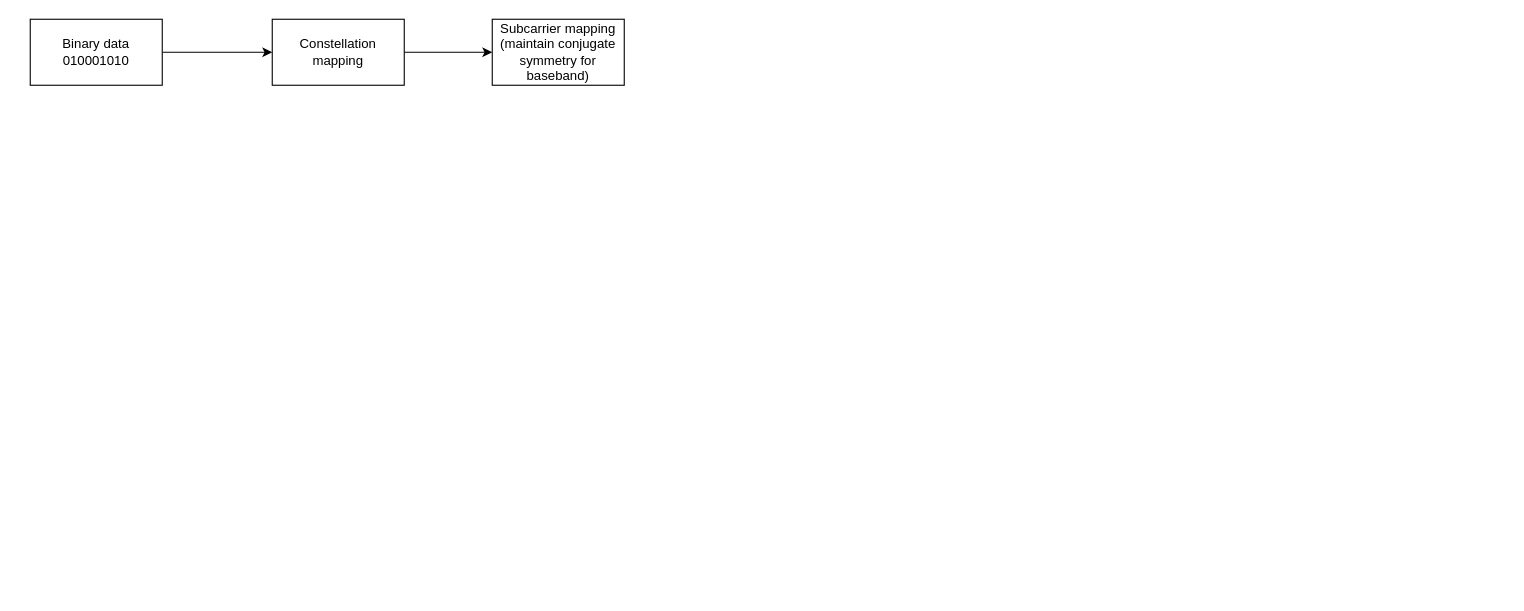
barkermrl/AudioModem keeps this draw.io diagram as OFDM.drawio. Above is the earlier version. Source tidied: cells renumbered, new cells numbered last; positions are measured from the earlier drawing's top-left corner, leaving out a move shared by most shapes. Both pictures are drawn from the tidied source at 110%, with x=0, y=0 at pixel (30, 19).
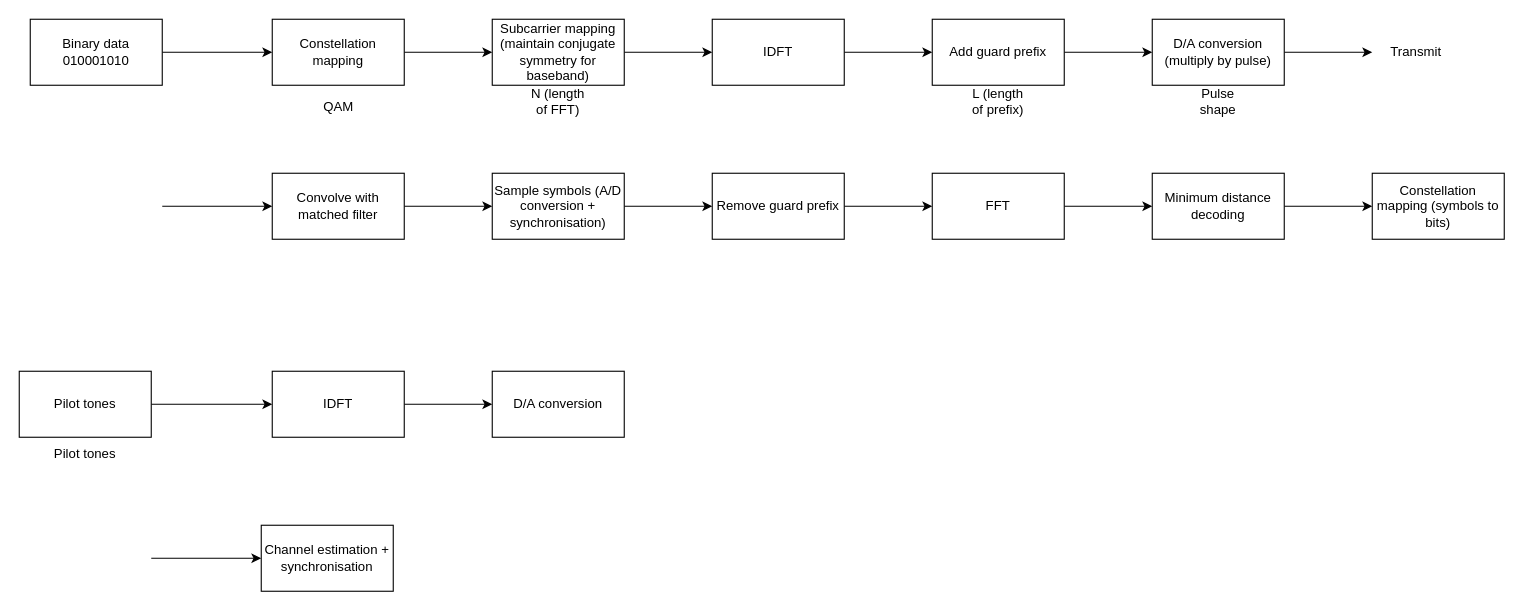
Above is the later version.

The change refers to these unchanged cells:
```xml
<mxCell id="6" value="Subcarrier mapping&lt;br&gt;(maintain conjugate symmetry for baseband)" style="rounded=0;whiteSpace=wrap;html=1;" parent="1" vertex="1">
  <mxGeometry x="420" width="120" height="60" as="geometry" />
</mxCell>
```

The edit, as a diff of the source:
```diff
@@
+    <mxCell id="7" style="edgeStyle=orthogonalEdgeStyle;rounded=0;jettySize=auto;html=1;" parent="1" edge="1" source="6" target="9">
+      <mxGeometry relative="1" as="geometry" />
+    </mxCell>
@@
+    <mxCell id="8" style="edgeStyle=orthogonalEdgeStyle;rounded=0;jettySize=auto;html=1;" parent="1" edge="1" source="9" target="11">
+      <mxGeometry relative="1" as="geometry" />
+    </mxCell>
+    <mxCell id="9" value="IDFT" style="whiteSpace=wrap;html=1;rounded=0;" parent="1" vertex="1">
+      <mxGeometry x="620" width="120" height="60" as="geometry" />
+    </mxCell>
+    <mxCell id="10" style="edgeStyle=orthogonalEdgeStyle;rounded=0;jettySize=auto;html=1;" parent="1" edge="1" source="11" target="13">
+      <mxGeometry relative="1" as="geometry" />
+    </mxCell>
+    <mxCell id="11" value="Add guard prefix" style="whiteSpace=wrap;html=1;rounded=0;" parent="1" vertex="1">
+      <mxGeometry x="820" width="120" height="60" as="geometry" />
+    </mxCell>
+    <mxCell id="12" style="edgeStyle=orthogonalEdgeStyle;rounded=0;jettySize=auto;html=1;" parent="1" edge="1" source="13">
+      <mxGeometry relative="1" as="geometry">
+        <mxPoint x="1220" y="30" as="targetPoint" />
+      </mxGeometry>
+    </mxCell>
+    <mxCell id="13" value="D/A conversion (multiply by pulse)" style="whiteSpace=wrap;html=1;rounded=0;" parent="1" vertex="1">
+      <mxGeometry x="1020" width="120" height="60" as="geometry" />
+    </mxCell>
+    <mxCell id="14" value="QAM" style="text;html=1;align=center;verticalAlign=middle;strokeColor=none;fillColor=none;" parent="1" vertex="1">
+      <mxGeometry x="260" y="70" width="40" height="20" as="geometry" />
+    </mxCell>
+    <mxCell id="15" value="N (length of FFT)" style="text;html=1;strokeColor=none;fillColor=none;align=center;verticalAlign=middle;whiteSpace=wrap;rounded=0;" parent="1" vertex="1">
+      <mxGeometry x="450" y="60" width="60" height="30" as="geometry" />
+    </mxCell>
+    <mxCell id="16" value="L (length of prefix)" style="text;html=1;strokeColor=none;fillColor=none;align=center;verticalAlign=middle;whiteSpace=wrap;rounded=0;" parent="1" vertex="1">
+      <mxGeometry x="850" y="60" width="60" height="30" as="geometry" />
+    </mxCell>
+    <mxCell id="17" value="Pulse shape" style="text;html=1;strokeColor=none;fillColor=none;align=center;verticalAlign=middle;whiteSpace=wrap;rounded=0;" parent="1" vertex="1">
+      <mxGeometry x="1050" y="60" width="60" height="30" as="geometry" />
+    </mxCell>
+    <mxCell id="18" value="Transmit" style="text;html=1;strokeColor=none;fillColor=none;align=center;verticalAlign=middle;whiteSpace=wrap;rounded=0;" parent="1" vertex="1">
+      <mxGeometry x="1230" y="15" width="60" height="30" as="geometry" />
+    </mxCell>
+    <mxCell id="19" style="edgeStyle=orthogonalEdgeStyle;rounded=0;jettySize=auto;html=1;" parent="1" edge="1" source="20" target="23">
+      <mxGeometry relative="1" as="geometry" />
+    </mxCell>
+    <mxCell id="20" value="Convolve with matched filter" style="rounded=0;whiteSpace=wrap;html=1;" parent="1" vertex="1">
+      <mxGeometry x="220" y="140" width="120" height="60" as="geometry" />
+    </mxCell>
+    <mxCell id="21" style="edgeStyle=orthogonalEdgeStyle;rounded=0;orthogonalLoop=1;jettySize=auto;html=1;" parent="1" edge="1">
+      <mxGeometry relative="1" as="geometry">
+        <mxPoint x="120" y="170" as="sourcePoint" />
+        <mxPoint x="220" y="170" as="targetPoint" />
+      </mxGeometry>
+    </mxCell>
+    <mxCell id="22" style="edgeStyle=orthogonalEdgeStyle;rounded=0;jettySize=auto;html=1;" parent="1" edge="1" source="23" target="25">
+      <mxGeometry relative="1" as="geometry" />
+    </mxCell>
+    <mxCell id="23" value="Sample symbols (A/D conversion + synchronisation)" style="whiteSpace=wrap;html=1;rounded=0;" parent="1" vertex="1">
+      <mxGeometry x="420" y="140" width="120" height="60" as="geometry" />
+    </mxCell>
+    <mxCell id="24" style="edgeStyle=orthogonalEdgeStyle;rounded=0;jettySize=auto;html=1;" parent="1" edge="1" source="25" target="27">
+      <mxGeometry relative="1" as="geometry" />
+    </mxCell>
+    <mxCell id="25" value="Remove guard prefix" style="whiteSpace=wrap;html=1;rounded=0;" parent="1" vertex="1">
+      <mxGeometry x="620" y="140" width="120" height="60" as="geometry" />
+    </mxCell>
+    <mxCell id="26" style="edgeStyle=orthogonalEdgeStyle;rounded=0;jettySize=auto;html=1;" parent="1" edge="1" source="27" target="29">
+      <mxGeometry relative="1" as="geometry" />
+    </mxCell>
+    <mxCell id="27" value="FFT" style="whiteSpace=wrap;html=1;rounded=0;" parent="1" vertex="1">
+      <mxGeometry x="820" y="140" width="120" height="60" as="geometry" />
+    </mxCell>
+    <mxCell id="28" style="edgeStyle=orthogonalEdgeStyle;rounded=0;jettySize=auto;html=1;" parent="1" edge="1" source="29" target="30">
+      <mxGeometry relative="1" as="geometry" />
+    </mxCell>
+    <mxCell id="29" value="Minimum distance decoding" style="whiteSpace=wrap;html=1;rounded=0;" parent="1" vertex="1">
+      <mxGeometry x="1020" y="140" width="120" height="60" as="geometry" />
+    </mxCell>
+    <mxCell id="30" value="Constellation mapping (symbols to bits)" style="whiteSpace=wrap;html=1;rounded=0;" parent="1" vertex="1">
+      <mxGeometry x="1220" y="140" width="120" height="60" as="geometry" />
+    </mxCell>
+    <mxCell id="31" style="edgeStyle=orthogonalEdgeStyle;rounded=0;jettySize=auto;html=1;" parent="1" edge="1" source="32" target="34">
+      <mxGeometry relative="1" as="geometry" />
+    </mxCell>
+    <mxCell id="32" value="Pilot tones" style="rounded=0;whiteSpace=wrap;html=1;" parent="1" vertex="1">
+      <mxGeometry x="-10" y="320" width="120" height="60" as="geometry" />
+    </mxCell>
+    <mxCell id="33" style="edgeStyle=orthogonalEdgeStyle;rounded=0;jettySize=auto;html=1;" parent="1" edge="1" source="34" target="37">
+      <mxGeometry relative="1" as="geometry" />
+    </mxCell>
+    <mxCell id="34" value="IDFT" style="whiteSpace=wrap;html=1;rounded=0;" parent="1" vertex="1">
+      <mxGeometry x="220" y="320" width="120" height="60" as="geometry" />
+    </mxCell>
+    <mxCell id="35" style="edgeStyle=orthogonalEdgeStyle;rounded=0;orthogonalLoop=1;jettySize=auto;html=1;" parent="1" edge="1">
+      <mxGeometry relative="1" as="geometry">
+        <mxPoint x="110" y="490" as="sourcePoint" />
+        <mxPoint x="210" y="490" as="targetPoint" />
+      </mxGeometry>
+    </mxCell>
+    <mxCell id="36" value="Channel estimation + synchronisation" style="rounded=0;whiteSpace=wrap;html=1;" parent="1" vertex="1">
+      <mxGeometry x="210" y="460" width="120" height="60" as="geometry" />
+    </mxCell>
+    <mxCell id="37" value="D/A conversion" style="whiteSpace=wrap;html=1;rounded=0;" parent="1" vertex="1">
+      <mxGeometry x="420" y="320" width="120" height="60" as="geometry" />
+    </mxCell>
+    <mxCell id="38" value="Pilot tones" style="text;html=1;strokeColor=none;fillColor=none;align=center;verticalAlign=middle;whiteSpace=wrap;rounded=0;" parent="1" vertex="1">
+      <mxGeometry x="20" y="380" width="60" height="30" as="geometry" />
+    </mxCell>
```
